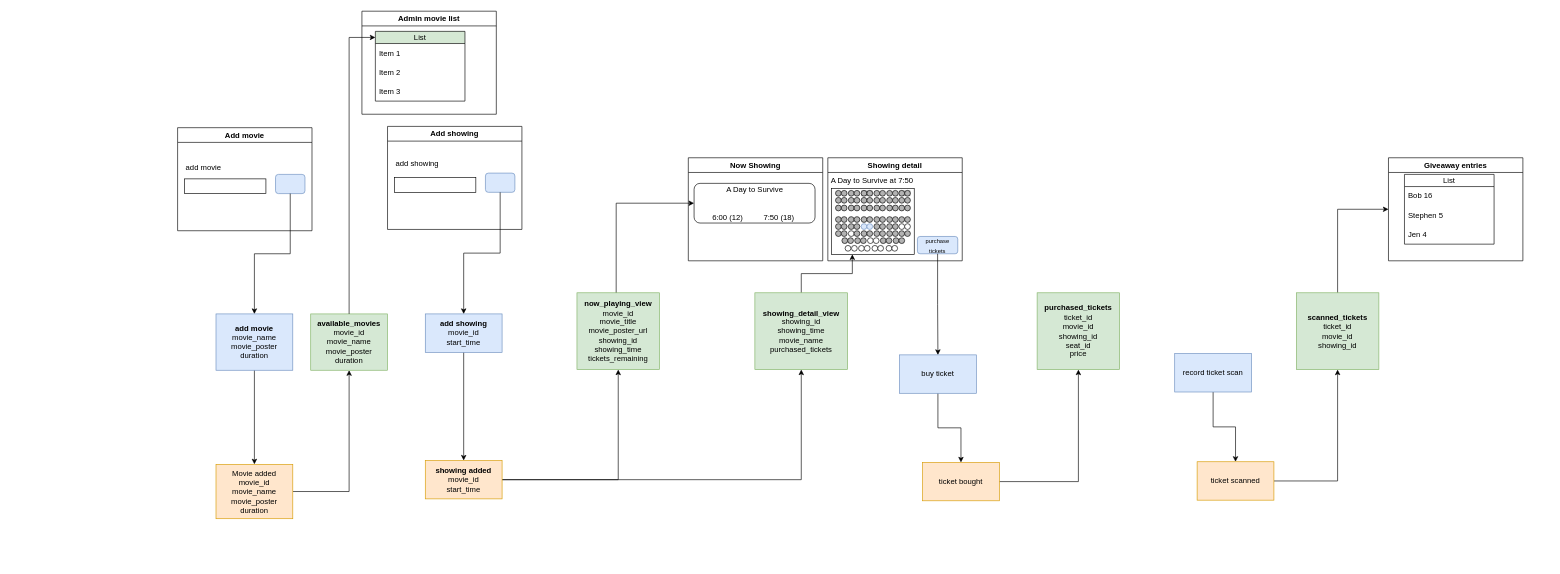
Before: movie_theater.drawio in Chris-May/movie_theater, a draw.io diagram. Source tidied: cells renumbered, new cells numbered last; positions are measured from the earlier drawing's top-left corner, leaving out a move shared by most shapes. Both pictures are drawn from the tidied source at 64%, with x=0, y=0 at pixel (177, 11).
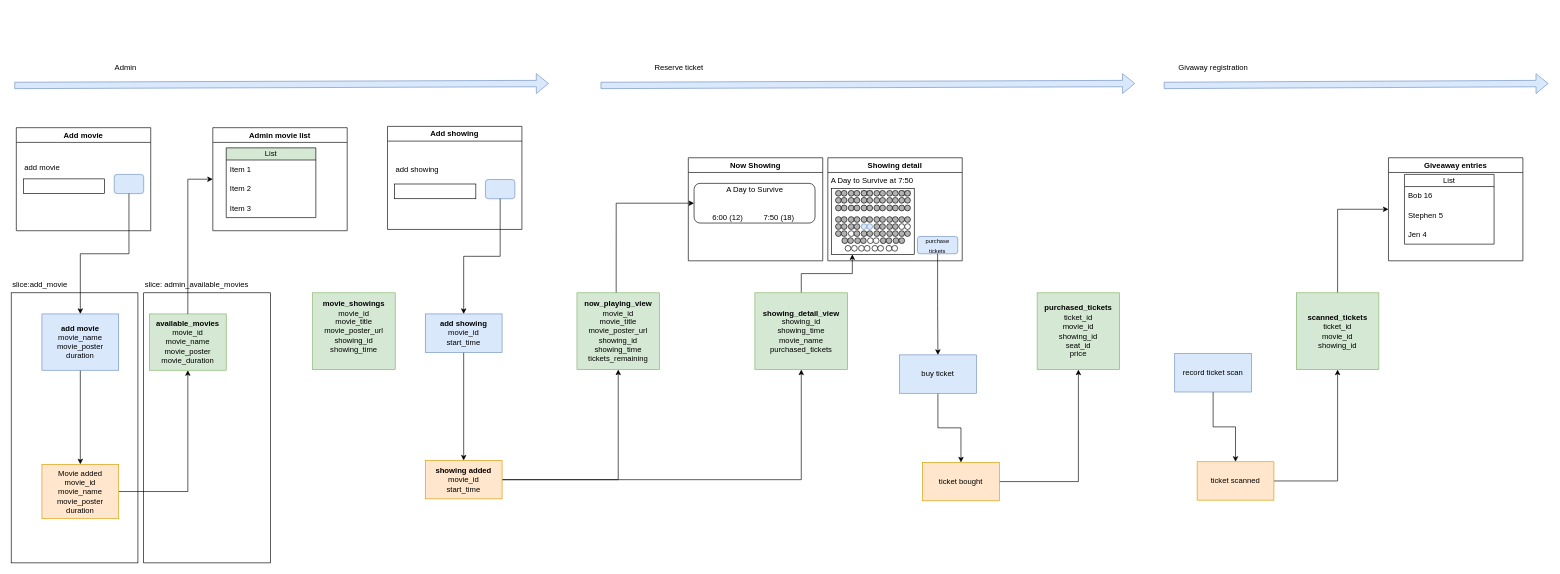
After the change.

Commit message:
add detail to event model

The change refers to these unchanged cells:
```xml
<mxCell id="25" value="List" style="swimlane;fontStyle=0;horizontal=1;startSize=19;whiteSpace=wrap;html=1;fillColor=#D5E8D4;" parent="24" vertex="1">
  <mxGeometry x="21" y="31.5" width="140" height="109" as="geometry" />
</mxCell>
<mxCell id="31" value="Add showing" style="swimlane;whiteSpace=wrap;html=1;" parent="1" vertex="1">
  <mxGeometry x="328" y="180" width="210" height="161" as="geometry" />
</mxCell>
```

Diff of the diagram source:
```diff
@@
+    <mxCell id="149" style="group;" parent="1" vertex="1">
+      <mxGeometry x="-53" y="414" width="198" height="448" as="geometry" />
+    </mxCell>
+    <mxCell id="150" style="rounded=0;whiteSpace=wrap;html=1;" parent="149" vertex="1">
+      <mxGeometry y="26" width="198" height="422" as="geometry" />
+    </mxCell>
+    <mxCell id="151" value="slice: admin_available_movies" style="text;html=1;align=left;verticalAlign=middle;strokeColor=none;fillColor=none;" parent="149" vertex="1">
+      <mxGeometry width="180" height="26" as="geometry" />
+    </mxCell>
+    <mxCell id="152" style="group;" parent="1" vertex="1">
+      <mxGeometry x="-260" y="414" width="198" height="448" as="geometry" />
+    </mxCell>
+    <mxCell id="153" style="rounded=0;whiteSpace=wrap;html=1;" parent="152" vertex="1">
+      <mxGeometry y="26" width="198" height="422" as="geometry" />
+    </mxCell>
+    <mxCell id="154" value="slice:add_movie" style="text;html=1;align=left;verticalAlign=middle;strokeColor=none;fillColor=none;" parent="152" vertex="1">
+      <mxGeometry width="104" height="26" as="geometry" />
+    </mxCell>
@@
     <mxCell id="3" value="Movie added&lt;div&gt;movie_id&lt;/div&gt;&lt;div&gt;movie_name&lt;/div&gt;&lt;div&gt;movie_poster&lt;/div&gt;&lt;div&gt;duration&lt;/div&gt;" style="rounded=0;whiteSpace=wrap;html=1;fillColor=#ffe6cc;strokeColor=#d79b00;" parent="1" vertex="1">
-      <mxGeometry x="60" y="708" width="120" height="85" as="geometry" />
+      <mxGeometry x="-212" y="708" width="120" height="85" as="geometry" />
     </mxCell>
@@
     <mxCell id="12" value="&lt;b&gt;add movie&lt;/b&gt;&lt;div&gt;movie_name&lt;/div&gt;&lt;div&gt;movie_poster&lt;/div&gt;&lt;div&gt;duration&lt;/div&gt;" style="rounded=0;whiteSpace=wrap;html=1;fillColor=#dae8fc;strokeColor=#6c8ebf;" parent="1" vertex="1">
-      <mxGeometry x="60" y="473" width="120" height="88" as="geometry" />
+      <mxGeometry x="-212" y="473" width="120" height="88" as="geometry" />
     </mxCell>
@@
     <mxCell id="19" value="Add movie" style="swimlane;whiteSpace=wrap;html=1;" parent="1" vertex="1">
-      <mxGeometry y="182" width="210" height="161" as="geometry" />
+      <mxGeometry x="-252" y="182" width="210" height="161" as="geometry" />
     </mxCell>
@@
     <mxCell id="24" value="Admin movie list" style="swimlane;whiteSpace=wrap;html=1;" parent="1" vertex="1">
-      <mxGeometry x="288" width="210" height="161" as="geometry" />
+      <mxGeometry x="55" y="182" width="210" height="161" as="geometry" />
     </mxCell>
@@
-    <mxCell id="29" value="&lt;b&gt;available_movies&lt;/b&gt;&lt;div&gt;movie_id&lt;/div&gt;&lt;div&gt;movie_name&lt;/div&gt;&lt;div&gt;movie_poster&lt;/div&gt;&lt;div&gt;duration&lt;/div&gt;" style="rounded=0;whiteSpace=wrap;html=1;fillColor=#d5e8d4;strokeColor=#82b366;" parent="1" vertex="1">
-      <mxGeometry x="208" y="473" width="120" height="88" as="geometry" />
+    <mxCell id="29" value="&lt;b&gt;available_movies&lt;/b&gt;&lt;div&gt;movie_id&lt;/div&gt;&lt;div&gt;movie_name&lt;/div&gt;&lt;div&gt;movie_poster&lt;/div&gt;&lt;div&gt;movie_duration&lt;/div&gt;" style="rounded=0;whiteSpace=wrap;html=1;fillColor=#d5e8d4;strokeColor=#82b366;" parent="1" vertex="1">
+      <mxGeometry x="-44" y="473" width="120" height="88" as="geometry" />
     </mxCell>
-    <mxCell id="30" style="edgeStyle=orthogonalEdgeStyle;rounded=0;jettySize=auto;html=1;entryX=0;entryY=0.087;entryDx=0;entryDy=0;entryPerimeter=0;" parent="1" edge="1" source="29" target="25">
+    <mxCell id="30" style="edgeStyle=orthogonalEdgeStyle;rounded=0;jettySize=auto;html=1;entryX=0;entryY=0.5;entryDx=0;entryDy=0;" parent="1" edge="1" source="29" target="24">
       <mxGeometry relative="1" as="geometry" />
     </mxCell>
@@
     <mxCell id="32" style="rounded=0;whiteSpace=wrap;html=1;" parent="31" vertex="1">
-      <mxGeometry x="11" y="80" width="127" height="23" as="geometry" />
+      <mxGeometry x="11" y="90" width="127" height="23" as="geometry" />
     </mxCell>
     <mxCell id="33" style="rounded=1;whiteSpace=wrap;html=1;fillColor=#dae8fc;strokeColor=#6c8ebf;" parent="31" vertex="1">
-      <mxGeometry x="153" y="73" width="46" height="30" as="geometry" />
+      <mxGeometry x="153" y="83" width="46" height="30" as="geometry" />
     </mxCell>
     <mxCell id="34" value="add showing" style="text;html=1;align=left;verticalAlign=middle;whiteSpace=wrap;rounded=0;" parent="31" vertex="1">
-      <mxGeometry x="11" y="43" width="70" height="30" as="geometry" />
+      <mxGeometry x="11" y="53" width="70" height="30" as="geometry" />
     </mxCell>
@@
+    <mxCell id="155" value="&lt;b&gt;movie_showings&lt;/b&gt;&lt;div&gt;movie_id&lt;/div&gt;&lt;div&gt;movie_title&lt;/div&gt;&lt;div&gt;movie_poster_url&lt;/div&gt;&lt;div&gt;showing_id&lt;/div&gt;&lt;div&gt;showing_time&lt;/div&gt;&lt;div&gt;&lt;br&gt;&lt;/div&gt;" style="rounded=0;whiteSpace=wrap;html=1;fillColor=#d5e8d4;strokeColor=#82b366;" parent="1" vertex="1">
+      <mxGeometry x="211" y="440" width="129" height="120" as="geometry" />
+    </mxCell>
+    <mxCell id="156" style="shape=flexArrow;endArrow=classic;html=1;rounded=0;fillColor=#dae8fc;strokeColor=#6c8ebf;" parent="1" edge="1">
+      <mxGeometry relative="1" as="geometry">
+        <mxPoint x="-255" y="116" as="sourcePoint" />
+        <mxPoint x="580" y="113" as="targetPoint" />
+      </mxGeometry>
+    </mxCell>
+    <mxCell id="157" value="Admin&amp;nbsp;" style="text;html=1;align=left;verticalAlign=middle;strokeColor=none;fillColor=none;" parent="1" vertex="1">
+      <mxGeometry x="-100" y="76" width="55" height="26" as="geometry" />
+    </mxCell>
+    <mxCell id="158" style="shape=flexArrow;endArrow=classic;html=1;rounded=0;fillColor=#dae8fc;strokeColor=#6c8ebf;" parent="1" edge="1">
+      <mxGeometry relative="1" as="geometry">
+        <mxPoint x="661" y="116" as="sourcePoint" />
+        <mxPoint x="1496" y="113" as="targetPoint" />
+      </mxGeometry>
+    </mxCell>
+    <mxCell id="159" value="Reserve ticket" style="text;html=1;align=center;verticalAlign=middle;strokeColor=none;fillColor=none;" parent="1" vertex="1">
+      <mxGeometry x="736" y="75" width="94" height="26" as="geometry" />
+    </mxCell>
+    <mxCell id="160" style="shape=flexArrow;endArrow=classic;html=1;rounded=0;fillColor=#dae8fc;strokeColor=#6c8ebf;" parent="1" edge="1">
+      <mxGeometry relative="1" as="geometry">
+        <mxPoint x="1541" y="116" as="sourcePoint" />
+        <mxPoint x="2142" y="113" as="targetPoint" />
+      </mxGeometry>
+    </mxCell>
+    <mxCell id="161" value="Givaway registration" style="text;html=1;align=left;verticalAlign=middle;strokeColor=none;fillColor=none;" parent="1" vertex="1">
+      <mxGeometry x="1562" y="76" width="127" height="26" as="geometry" />
+    </mxCell>
```
